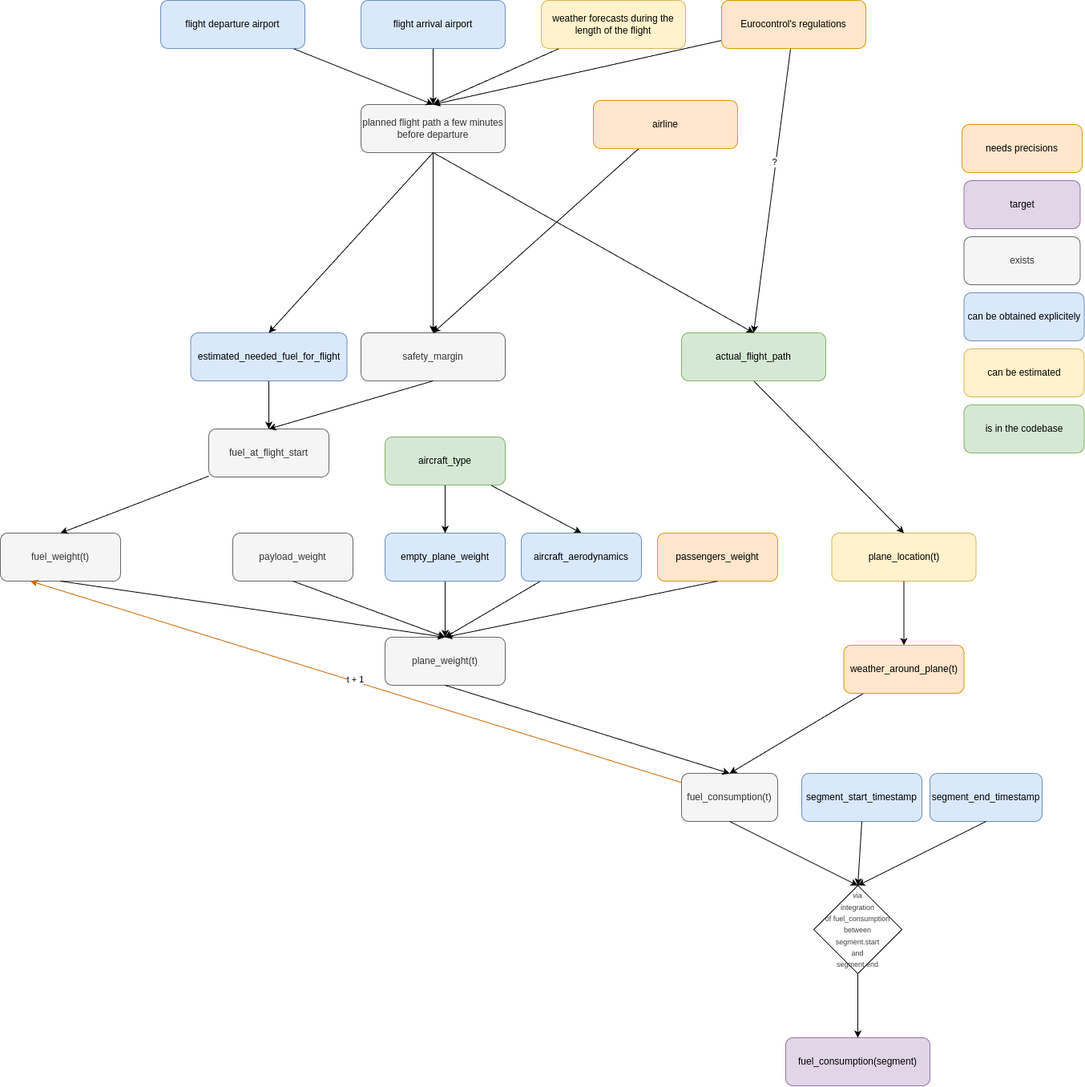
Before: prc_challenge/data/dependencies.drawio.png, a diagram exported from draw.io (Lory94/aviation-data-challenge-2025). Source tidied: cells renumbered, new cells last; positions are measured from the earlier drawing's top-left corner, leaving out a move shared by most shapes.
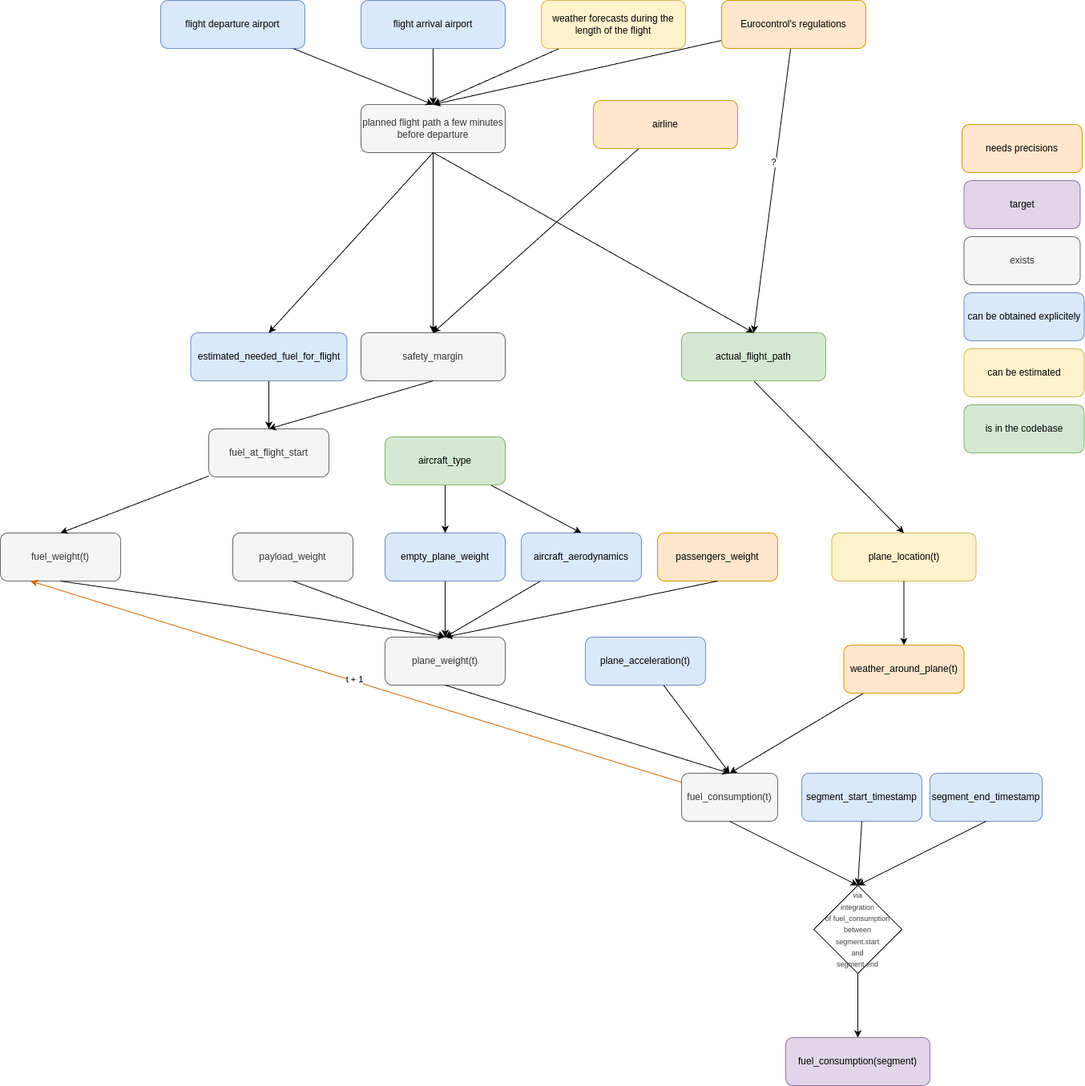
Above is the later version.

Commit message:
updated data dependencies

Change to the diagram source:
```diff
@@ -184,5 +184,11 @@
     <mxCell id="61" value="can be estimated" style="rounded=1;whiteSpace=wrap;html=1;fillColor=#fff2cc;strokeColor=#d6b656;" parent="1" vertex="1">
       <mxGeometry x="1202.5" y="435" width="150" height="60" as="geometry" />
     </mxCell>
+    <mxCell id="62" style="edgeStyle=none;html=1;entryX=0.5;entryY=0;entryDx=0;entryDy=0;" parent="1" edge="1" source="63" target="2">
+      <mxGeometry relative="1" as="geometry" />
+    </mxCell>
+    <mxCell id="63" value="plane_acceleration(t)" style="rounded=1;whiteSpace=wrap;html=1;fillColor=#dae8fc;strokeColor=#6c8ebf;" parent="1" vertex="1">
+      <mxGeometry x="730" y="795" width="150" height="60" as="geometry" />
+    </mxCell>
   </root>
 </mxGraphModel>
```
